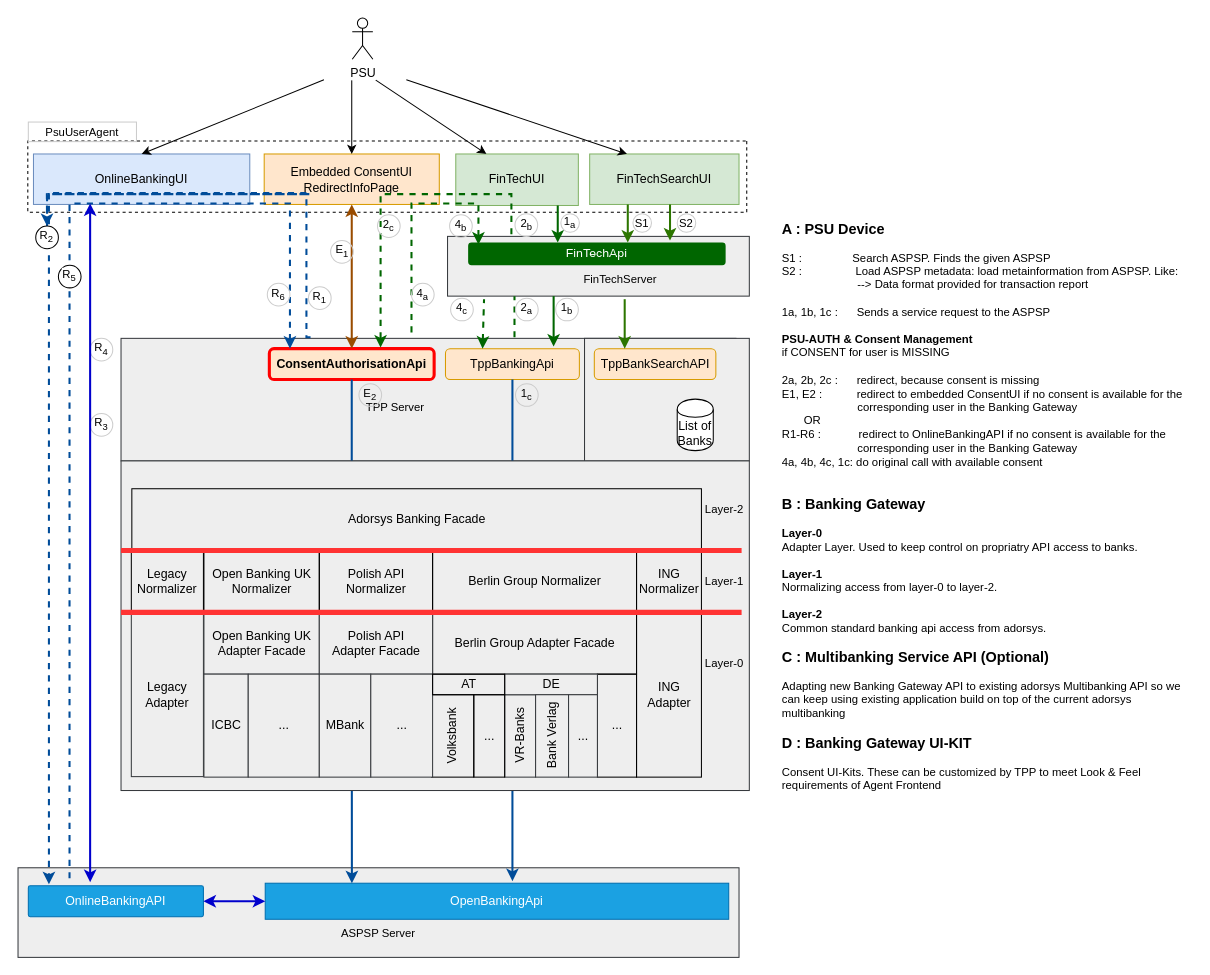
Before: page "BankingGatewayDetail" (3 of 3) of docs/architecture/big-picture.drawio in adorsys/open-banking-gateway, a draw.io diagram. Source tidied: cells renumbered, new cells numbered last; positions are measured from the earlier drawing's top-left corner, leaving out a move shared by most shapes. Both pictures are drawn from the tidied source at 103%, with x=0, y=0 at pixel (18, -183).
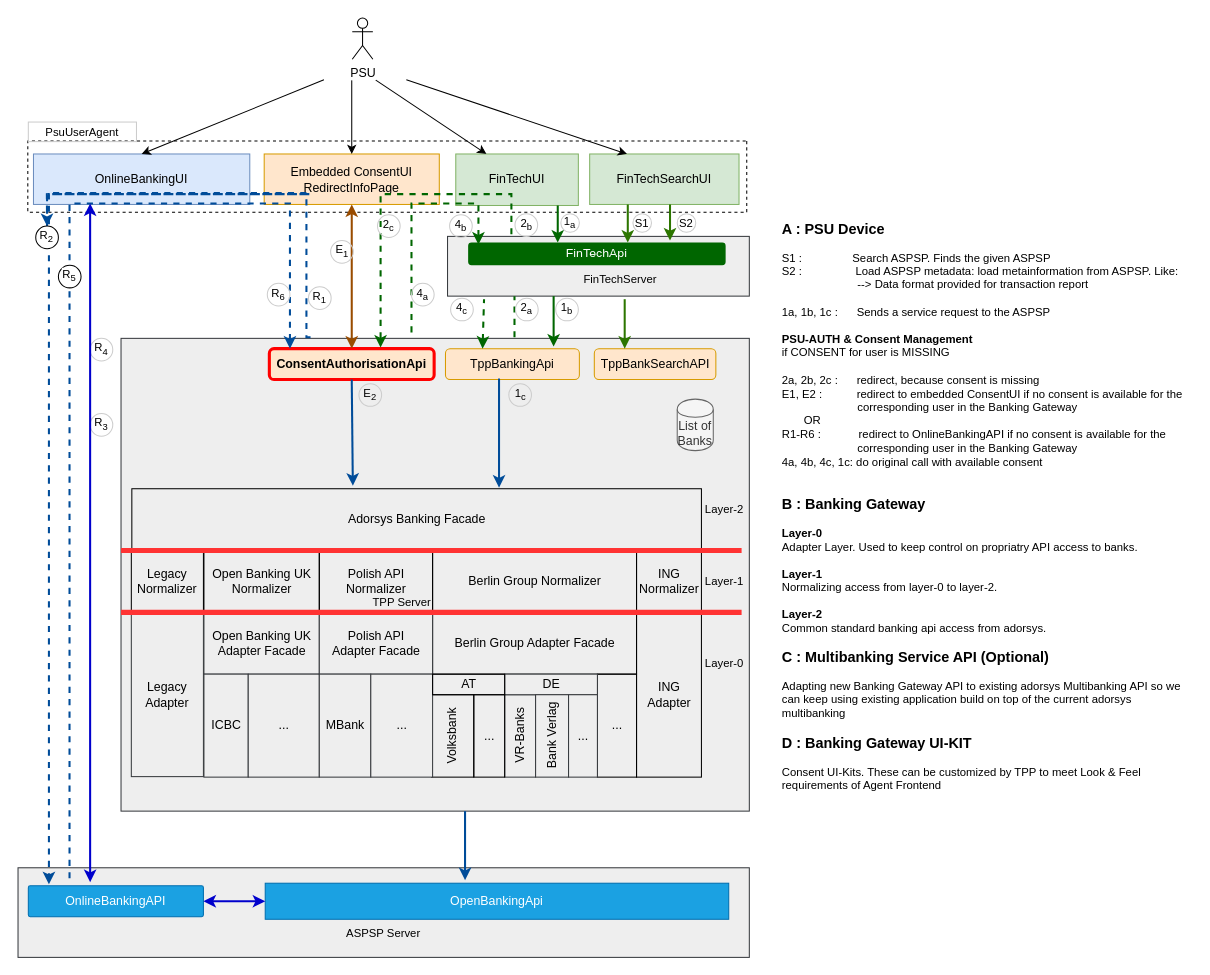
The same page after the edit.

The change refers to these unchanged cells:
```xml
<mxCell id="11" value="&lt;b&gt;ConsentAuthorisationApi&lt;/b&gt;" style="rounded=1;whiteSpace=wrap;html=1;rotation=0;fillColor=#ffe6cc;strokeColor=#FF0000;fontColor=#000000;strokeWidth=3;" parent="1" vertex="1">
  <mxGeometry x="244" y="516" width="160" height="30" as="geometry" />
</mxCell>
<mxCell id="15" value="TppBankingApi" style="rounded=1;whiteSpace=wrap;html=1;rotation=0;fillColor=#ffe6cc;strokeColor=#d79b00;fontColor=#000000;" parent="1" vertex="1">
  <mxGeometry x="415" y="516" width="130" height="30" as="geometry" />
</mxCell>
<mxCell id="30" value="OpenBankingApi" style="rounded=0;whiteSpace=wrap;html=1;rotation=0;fillColor=#1ba1e2;strokeColor=#006EAF;fontColor=#ffffff;" parent="1" vertex="1">
  <mxGeometry x="240" y="1035" width="450" height="35" as="geometry" />
</mxCell>
<mxCell id="51" value="Adorsys Banking Facade" style="rounded=0;whiteSpace=wrap;html=1;strokeColor=#000000;strokeWidth=1;fillColor=none;fontColor=#000000;" parent="1" vertex="1">
  <mxGeometry x="110.5" y="652" width="553" height="60" as="geometry" />
</mxCell>
```

Diff of the diagram source:
```diff
@@
     <mxCell id="2" value="&lt;br&gt;&lt;br&gt;&lt;br&gt;ASPSP Server" style="rounded=0;whiteSpace=wrap;html=1;strokeColor=#36393d;strokeWidth=1;fillColor=#eeeeee;fontSize=11;" parent="1" vertex="1">
-      <mxGeometry y="1020" width="700" height="87" as="geometry" />
+      <mxGeometry y="1020" width="710" height="87" as="geometry" />
     </mxCell>
-    <mxCell id="3" value="&lt;br&gt;TPP Server&amp;nbsp;&amp;nbsp;&amp;nbsp;&amp;nbsp;&amp;nbsp;&amp;nbsp;&amp;nbsp;&amp;nbsp;&amp;nbsp;&amp;nbsp;&amp;nbsp;&amp;nbsp;&amp;nbsp;&amp;nbsp;&amp;nbsp;&amp;nbsp;&amp;nbsp;&amp;nbsp;&amp;nbsp;&amp;nbsp;&amp;nbsp; " style="rounded=0;whiteSpace=wrap;html=1;strokeColor=#36393d;strokeWidth=1;fillColor=#eeeeee;fontSize=11;" parent="1" vertex="1">
-      <mxGeometry x="100" y="506" width="597" height="119" as="geometry" />
+    <mxCell id="3" value="&lt;br&gt;&lt;br&gt;&lt;br&gt;&lt;br&gt;TPP Server&amp;nbsp;&amp;nbsp;&amp;nbsp;&amp;nbsp;&amp;nbsp;&amp;nbsp;&amp;nbsp;&amp;nbsp;&amp;nbsp;&amp;nbsp;&amp;nbsp;&amp;nbsp;&amp;nbsp;&amp;nbsp;&amp;nbsp;&amp;nbsp;&amp;nbsp;&amp;nbsp;&amp;nbsp;&amp;nbsp;&amp;nbsp; " style="rounded=0;whiteSpace=wrap;html=1;strokeColor=#36393d;strokeWidth=1;fillColor=#eeeeee;fontSize=11;" parent="1" vertex="1">
+      <mxGeometry x="100" y="506" width="610" height="459" as="geometry" />
     </mxCell>
-    <mxCell id="4" style="rounded=0;whiteSpace=wrap;html=1;strokeColor=#36393d;strokeWidth=1;fillColor=#eeeeee;fontSize=11;" parent="1" vertex="1">
-      <mxGeometry x="550" y="506" width="160" height="119" as="geometry" />
-    </mxCell>
@@
-    <mxCell id="31" style="edgeStyle=orthogonalEdgeStyle;rounded=0;jettySize=auto;html=1;exitX=0.5;exitY=1;exitDx=0;exitDy=0;startArrow=none;startFill=0;endArrow=classic;endFill=1;endSize=6;strokeColor=#004C99;strokeWidth=2;fontColor=#FFFFFF;entryX=0.187;entryY=0;entryDx=0;entryDy=0;entryPerimeter=0;" parent="1" edge="1" source="11" target="30">
-      <mxGeometry relative="1" as="geometry" />
-    </mxCell>
     <mxCell id="32" value="1&lt;sub&gt;c&lt;/sub&gt;" style="ellipse;whiteSpace=wrap;html=1;strokeColor=#CCCCCC;strokeWidth=1;fillColor=none;fontSize=11;fontColor=#000000;" parent="1" vertex="1">
-      <mxGeometry x="483" y="550" width="22" height="22" as="geometry" />
+      <mxGeometry x="476.5" y="550" width="22" height="22" as="geometry" />
     </mxCell>
@@
-    <mxCell id="40" style="edgeStyle=orthogonalEdgeStyle;rounded=0;jettySize=auto;html=1;exitX=0.5;exitY=1;exitDx=0;exitDy=0;startArrow=none;startFill=0;endArrow=classic;endFill=1;endSize=6;strokeColor=#004C99;strokeWidth=2;fontColor=#FFFFFF;" parent="1" edge="1" source="15">
-      <mxGeometry relative="1" as="geometry">
-        <mxPoint x="480" y="1033" as="targetPoint" />
-        <Array as="points">
-          <mxPoint x="480" y="1033" />
-        </Array>
-      </mxGeometry>
-    </mxCell>
@@
-    <mxCell id="45" style="rounded=0;whiteSpace=wrap;html=1;strokeColor=#36393d;strokeWidth=1;fillColor=#eeeeee;fontSize=11;" parent="1" vertex="1">
-      <mxGeometry x="100" y="625" width="610" height="320" as="geometry" />
-    </mxCell>
@@
-    <mxCell id="83" value="List of Banks" style="shape=cylinder;whiteSpace=wrap;html=1;boundedLbl=1;backgroundOutline=1;rounded=1;" parent="1" vertex="1">
+    <mxCell id="83" value="List of Banks" style="shape=cylinder;whiteSpace=wrap;html=1;boundedLbl=1;backgroundOutline=1;rounded=1;fillColor=#f5f5f5;strokeColor=#666666;fontColor=#333333;" parent="1" vertex="1">
       <mxGeometry x="640" y="565" width="35" height="50" as="geometry" />
     </mxCell>
@@
+    <mxCell id="90" style="endArrow=classic;html=1;strokeColor=#004C99;strokeWidth=2;entryX=0.388;entryY=-0.05;entryDx=0;entryDy=0;entryPerimeter=0;exitX=0.5;exitY=1;exitDx=0;exitDy=0;" parent="1" edge="1" source="11" target="51">
+      <mxGeometry relative="1" as="geometry" />
+    </mxCell>
+    <mxCell id="91" style="endArrow=classic;html=1;strokeColor=#004C99;strokeWidth=2;" parent="1" edge="1">
+      <mxGeometry relative="1" as="geometry">
+        <mxPoint x="467" y="545" as="sourcePoint" />
+        <mxPoint x="467" y="651" as="targetPoint" />
+      </mxGeometry>
+    </mxCell>
+    <mxCell id="92" style="endArrow=classic;html=1;strokeColor=#004C99;strokeWidth=2;" parent="1" edge="1">
+      <mxGeometry relative="1" as="geometry">
+        <mxPoint x="434" y="965" as="sourcePoint" />
+        <mxPoint x="434" y="1032" as="targetPoint" />
+      </mxGeometry>
+    </mxCell>
```
